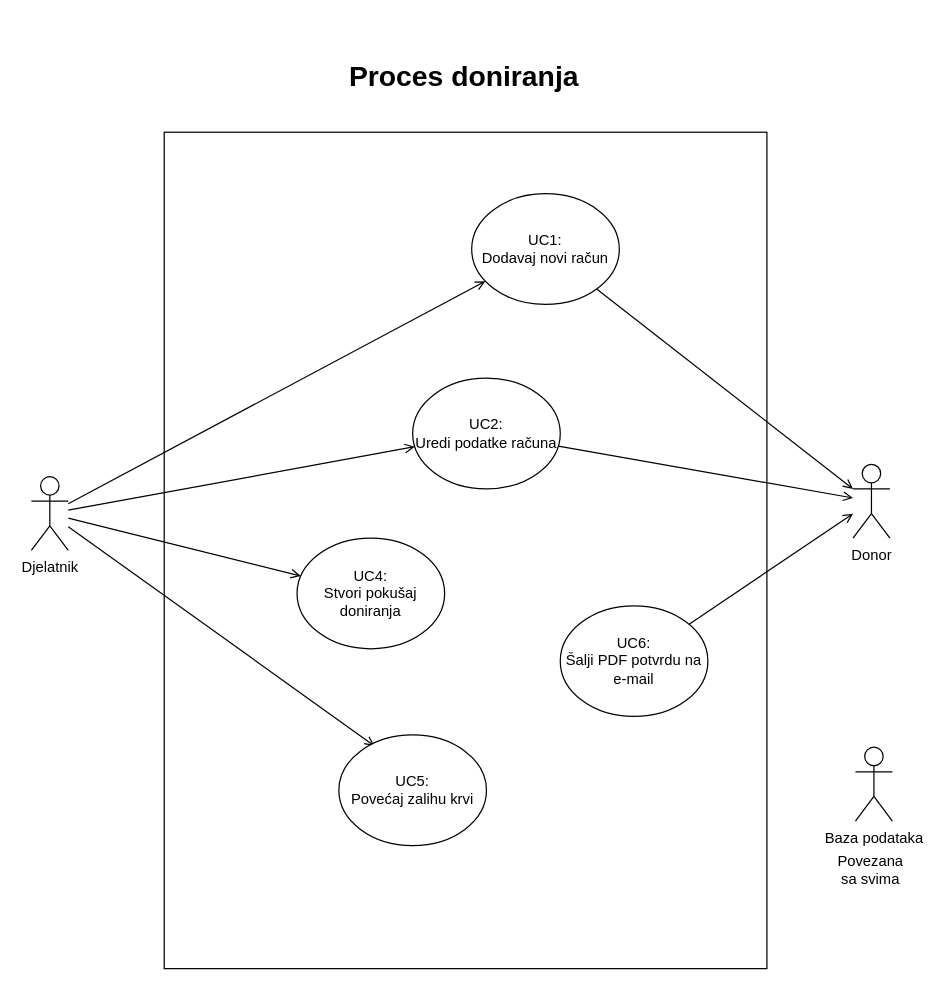
ToniIvankovic/TrueBlood keeps this draw.io diagram as page "2 - Proces doniranja" (2 of 6) of Dokumentacija/Use cases/Use Cases.drawio. Above is the earlier version. Source tidied: cells renumbered, new cells numbered last; positions are measured from the earlier drawing's top-left corner, leaving out a move shared by most shapes. Both pictures are drawn from the tidied source at 123%, with x=0, y=0 at pixel (31, 21).
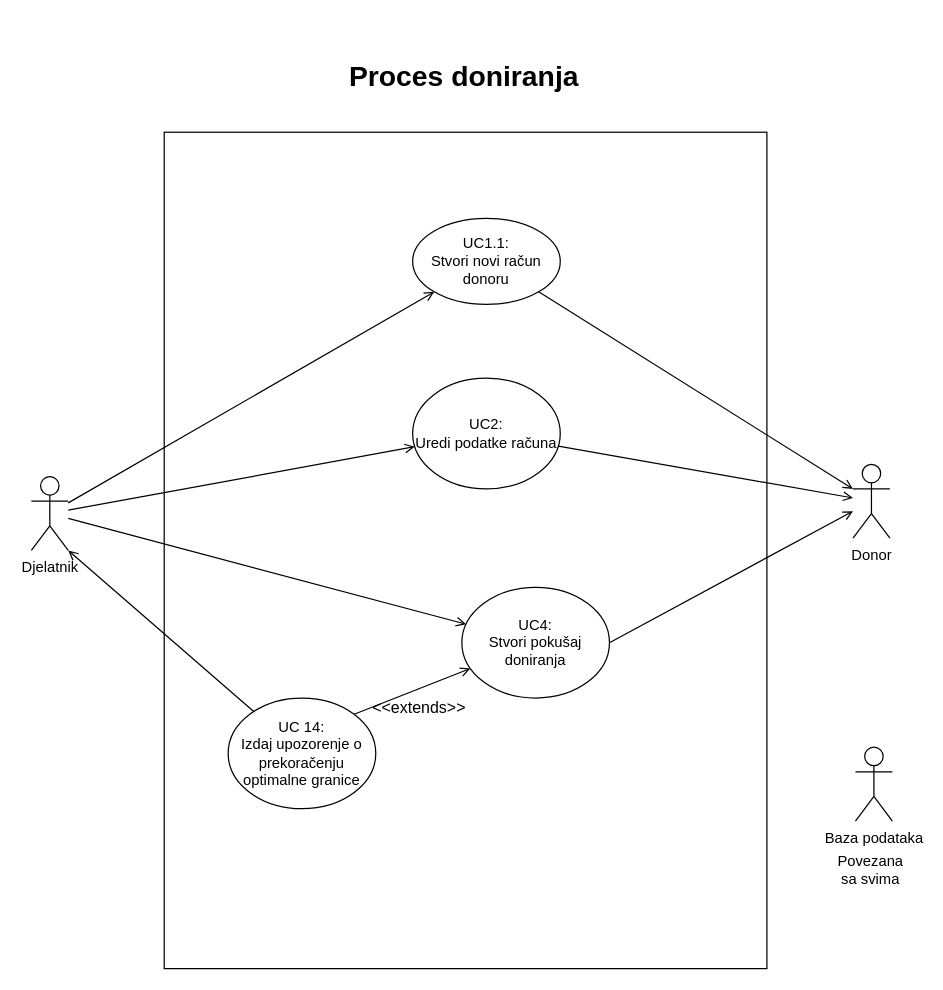
The same diagram, later.

The edit, as a diff of the source:
```diff
@@
 <mxGraphModel>
   <root>
     <mxCell id="0" />
     <mxCell id="1" parent="0" />
     <mxCell id="2" style="rounded=0;whiteSpace=wrap;html=1;" parent="1" vertex="1">
       <mxGeometry x="108" y="90" width="490" height="680" as="geometry" />
     </mxCell>
-    <mxCell id="3" style="edgeStyle=none;rounded=0;jettySize=auto;html=1;entryX=0;entryY=0.3333333333333333;entryDx=0;entryDy=0;entryPerimeter=0;endArrow=open;endFill=0;fontSize=23;" parent="1" edge="1" source="4" target="12">
+    <mxCell id="3" style="edgeStyle=none;rounded=0;jettySize=auto;html=1;entryX=0;entryY=0.3333333333333333;entryDx=0;entryDy=0;entryPerimeter=0;endArrow=open;endFill=0;fontSize=23;exitX=1;exitY=1;exitDx=0;exitDy=0;" parent="1" edge="1" source="20" target="12">
       <mxGeometry relative="1" as="geometry" />
     </mxCell>
-    <mxCell id="4" value="UC1:&lt;br&gt;Dodavaj novi račun" style="ellipse;whiteSpace=wrap;html=1;" parent="1" vertex="1">
-      <mxGeometry x="358" y="140" width="120" height="90" as="geometry" />
-    </mxCell>
     <mxCell id="5" style="edgeStyle=none;rounded=0;jettySize=auto;html=1;endArrow=open;endFill=0;fontSize=23;" parent="1" edge="1" source="6" target="12">
       <mxGeometry relative="1" as="geometry" />
     </mxCell>
     <mxCell id="6" value="UC2:&lt;br&gt;Uredi podatke računa" style="ellipse;whiteSpace=wrap;html=1;" parent="1" vertex="1">
       <mxGeometry x="310" y="290" width="120" height="90" as="geometry" />
     </mxCell>
-    <mxCell id="7" style="edgeStyle=none;rounded=0;jettySize=auto;html=1;endArrow=open;endFill=0;" parent="1" edge="1" source="11" target="4">
+    <mxCell id="7" style="edgeStyle=none;rounded=0;jettySize=auto;html=1;endArrow=open;endFill=0;entryX=0;entryY=1;entryDx=0;entryDy=0;" parent="1" edge="1" source="11" target="20">
       <mxGeometry relative="1" as="geometry" />
     </mxCell>
     <mxCell id="8" style="edgeStyle=none;rounded=0;jettySize=auto;html=1;endArrow=open;endFill=0;" parent="1" edge="1" source="11" target="6">
       <mxGeometry relative="1" as="geometry" />
     </mxCell>
     <mxCell id="9" style="edgeStyle=none;rounded=0;jettySize=auto;html=1;endArrow=open;endFill=0;fontSize=23;" parent="1" edge="1" source="11" target="14">
       <mxGeometry relative="1" as="geometry" />
     </mxCell>
-    <mxCell id="10" style="edgeStyle=none;rounded=0;jettySize=auto;html=1;entryX=0.242;entryY=0.1;entryDx=0;entryDy=0;entryPerimeter=0;endArrow=open;endFill=0;fontSize=23;" parent="1" edge="1" source="11" target="15">
-      <mxGeometry relative="1" as="geometry" />
-    </mxCell>
     <mxCell id="11" value="Djelatnik" style="shape=umlActor;verticalLabelPosition=bottom;verticalAlign=top;html=1;outlineConnect=0;" parent="1" vertex="1">
       <mxGeometry y="370" width="30" height="60" as="geometry" />
     </mxCell>
     <mxCell id="12" value="Donor" style="shape=umlActor;verticalLabelPosition=bottom;verticalAlign=top;html=1;outlineConnect=0;" parent="1" vertex="1">
       <mxGeometry x="668" y="360" width="30" height="60" as="geometry" />
     </mxCell>
     <mxCell id="13" value="Proces doniranja" style="text;html=1;strokeColor=none;fillColor=none;align=center;verticalAlign=middle;whiteSpace=wrap;rounded=0;fontSize=23;fontStyle=1;" parent="1" vertex="1">
       <mxGeometry x="216" width="272" height="90" as="geometry" />
     </mxCell>
     <mxCell id="14" value="UC4:&lt;br&gt;Stvori pokušaj doniranja" style="ellipse;whiteSpace=wrap;html=1;" parent="1" vertex="1">
-      <mxGeometry x="216" y="420" width="120" height="90" as="geometry" />
+      <mxGeometry x="350" y="460" width="120" height="90" as="geometry" />
     </mxCell>
-    <mxCell id="15" value="UC5:&lt;br&gt;Povećaj zalihu krvi" style="ellipse;whiteSpace=wrap;html=1;" parent="1" vertex="1">
-      <mxGeometry x="250" y="580" width="120" height="90" as="geometry" />
-    </mxCell>
-    <mxCell id="16" style="edgeStyle=none;rounded=0;jettySize=auto;html=1;endArrow=open;endFill=0;fontSize=23;" parent="1" edge="1" source="17" target="12">
+    <mxCell id="16" style="edgeStyle=none;rounded=0;jettySize=auto;html=1;endArrow=open;endFill=0;fontSize=23;exitX=1;exitY=0.5;exitDx=0;exitDy=0;" parent="1" edge="1" source="14" target="12">
       <mxGeometry relative="1" as="geometry" />
     </mxCell>
-    <mxCell id="17" value="UC6:&lt;br&gt;Šalji PDF potvrdu na e-mail" style="ellipse;whiteSpace=wrap;html=1;" parent="1" vertex="1">
-      <mxGeometry x="430" y="475" width="120" height="90" as="geometry" />
-    </mxCell>
     <mxCell id="18" value="Baza podataka" style="shape=umlActor;verticalLabelPosition=bottom;verticalAlign=top;html=1;" parent="1" vertex="1">
       <mxGeometry x="670" y="590" width="30" height="60" as="geometry" />
     </mxCell>
     <mxCell id="19" value="Povezana sa svima" style="text;html=1;strokeColor=none;fillColor=none;align=center;verticalAlign=middle;whiteSpace=wrap;rounded=0;" parent="1" vertex="1">
       <mxGeometry x="650" y="680" width="65" height="20" as="geometry" />
     </mxCell>
+    <mxCell id="20" value="UC1.1:&lt;br&gt;Stvori novi račun donoru" style="ellipse;whiteSpace=wrap;html=1;" parent="1" vertex="1">
+      <mxGeometry x="310" y="160" width="120" height="70" as="geometry" />
+    </mxCell>
+    <mxCell id="21" style="edgeStyle=none;rounded=0;jettySize=auto;html=1;entryX=1;entryY=1;entryDx=0;entryDy=0;entryPerimeter=0;endArrow=open;endFill=0;" parent="1" edge="1" source="22" target="11">
+      <mxGeometry relative="1" as="geometry" />
+    </mxCell>
+    <mxCell id="22" value="UC 14:&lt;br&gt;Izdaj upozorenje o prekoračenju optimalne granice" style="ellipse;whiteSpace=wrap;html=1;" parent="1" vertex="1">
+      <mxGeometry x="160" y="550" width="120" height="90" as="geometry" />
+    </mxCell>
+    <mxCell id="23" value="&lt;font style=&quot;font-size: 13px&quot;&gt;&amp;lt;&amp;lt;extends&amp;gt;&amp;gt;&lt;/font&gt;" style="edgeStyle=none;rounded=0;jettySize=auto;html=1;endArrow=open;endFill=0;fontSize=23;jumpStyle=none;labelBackgroundColor=none;exitX=1;exitY=0;exitDx=0;exitDy=0;" parent="1" edge="1" source="22" target="14">
+      <mxGeometry x="0.03" y="-12" relative="1" as="geometry" />
+    </mxCell>
   </root>
 </mxGraphModel>
```
